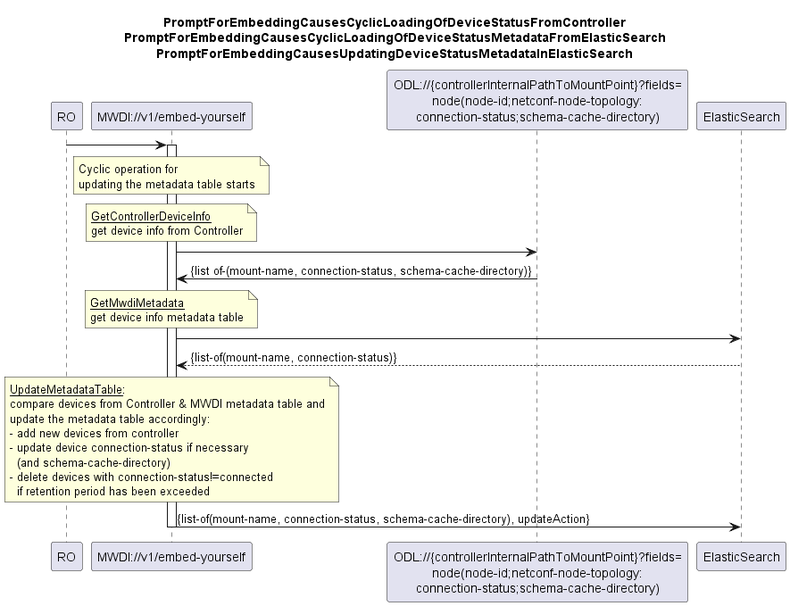
Before: spec/diagrams/00x_CyclicOperationBasedDeviceStatusSync.png, a diagram exported from PlantUML (openBackhaul/MicroWaveDeviceInventory). Source of this version:
```plantuml
@startuml 00x_CyclicOperationBasedDeviceStatusSync
skinparam responseMessageBelowArrow true

title
PromptForEmbeddingCausesCyclicLoadingOfDeviceStatusFromController
PromptForEmbeddingCausesCyclicLoadingOfDeviceStatusMetadataFromElasticSearch
PromptForEmbeddingCausesUpdatingDeviceStatusMetadataInElasticSearch
end title

participant "RO" as ro
participant "MWDI://v1/embed-yourself" as mwdi
participant "ODL://{controllerInternalPathToMountPoint}?fields=\nnode(node-id;netconf-node-topology:\nconnection-status;schema-cache-directory)" as odlConnectionStatus
participant "ElasticSearch" as es

ro -> mwdi
activate mwdi

note over mwdi
Cyclic operation for
updating the metadata table starts
end note

note over mwdi
  <u>GetControllerDeviceInfo</u>
  get device info from Controller
end note
mwdi -> odlConnectionStatus
odlConnectionStatus -> mwdi: {list of-(mount-name, connection-status, schema-cache-directory)}

note over mwdi
  <u>GetMwdiMetadata</u>
  get device info metadata table
end note
mwdi -> es
es --> mwdi: {list-of(mount-name, connection-status)}

note over mwdi
<u>UpdateMetadataTable</u>:
compare devices from Controller & MWDI metadata table and
update the metadata table accordingly:
- add new devices from controller
- update device connection-status if necessary
  (and schema-cache-directory)
- delete devices with connection-status!=connected
  if retention period has been exceeded
end note

mwdi -> es: {list-of(mount-name, connection-status, schema-cache-directory), updateAction}
deactivate mwdi

@enduml
```
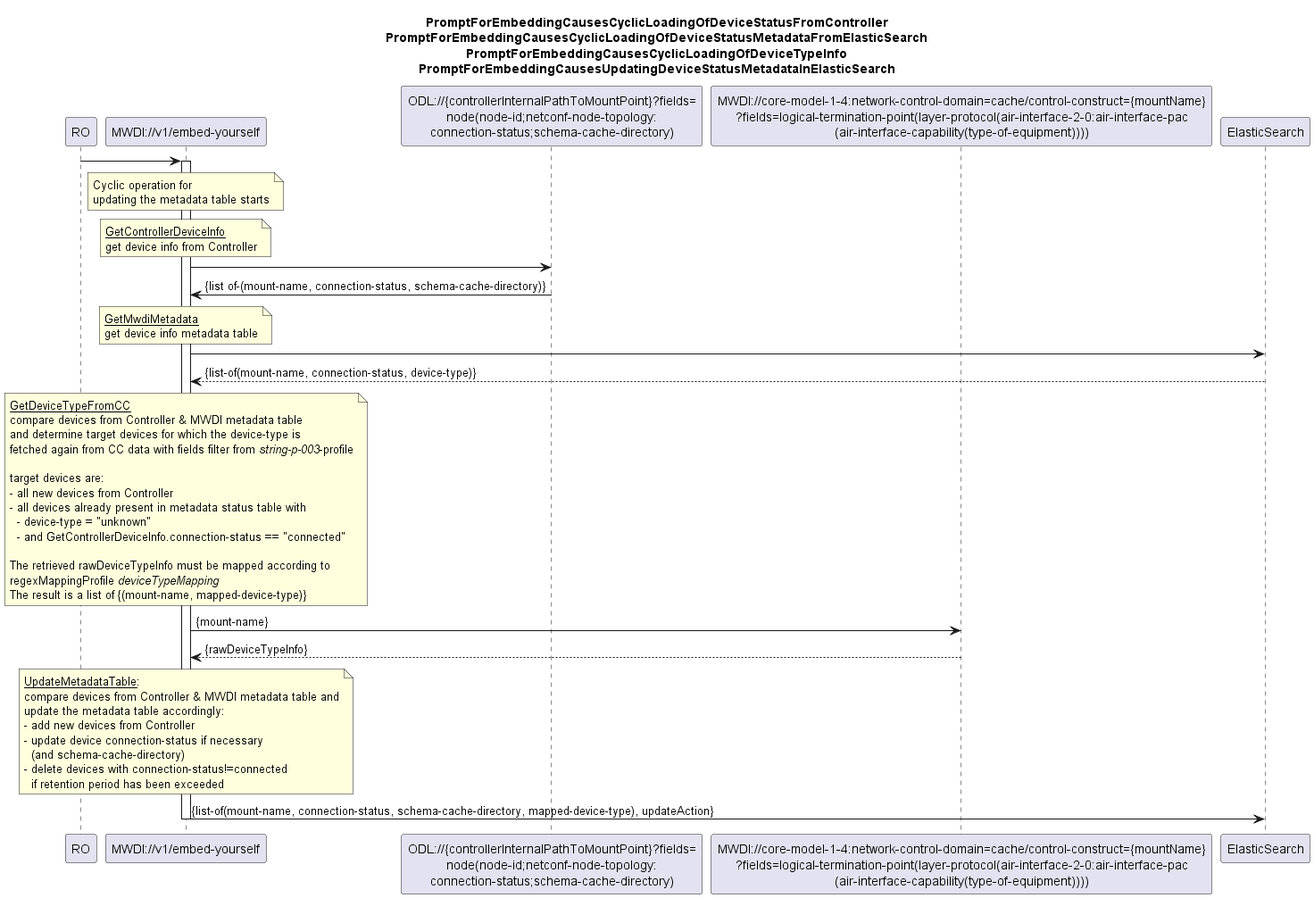
After the commit.

The edit, as a diff of the source:
```diff
@@ -4,12 +4,14 @@
 title
 PromptForEmbeddingCausesCyclicLoadingOfDeviceStatusFromController
 PromptForEmbeddingCausesCyclicLoadingOfDeviceStatusMetadataFromElasticSearch
+PromptForEmbeddingCausesCyclicLoadingOfDeviceTypeInfo
 PromptForEmbeddingCausesUpdatingDeviceStatusMetadataInElasticSearch
 end title
 
 participant "RO" as ro
 participant "MWDI://v1/embed-yourself" as mwdi
 participant "ODL://{controllerInternalPathToMountPoint}?fields=\nnode(node-id;netconf-node-topology:\nconnection-status;schema-cache-directory)" as odlConnectionStatus
+participant "MWDI://core-model-1-4:network-control-domain=cache/control-construct={mountName}\n?fields=logical-termination-point(layer-protocol(air-interface-2-0:air-interface-pac\n(air-interface-capability(type-of-equipment))))" as mwdiDevType
 participant "ElasticSearch" as es
 
 ro -> mwdi
@@ -32,20 +34,40 @@
   get device info metadata table
 end note
 mwdi -> es
-es --> mwdi: {list-of(mount-name, connection-status)}
+es --> mwdi: {list-of(mount-name, connection-status, device-type)}
+
+note over mwdi
+<u>GetDeviceTypeFromCC</u>
+compare devices from Controller & MWDI metadata table
+and determine target devices for which the device-type is
+fetched again from CC data with fields filter from <i>string-p-003</i>-profile
+
+target devices are:
+- all new devices from Controller
+- all devices already present in metadata status table with
+  - device-type = "unknown"
+  - and GetControllerDeviceInfo.connection-status == "connected"
+
+The retrieved rawDeviceTypeInfo must be mapped according to
+regexMappingProfile <i>deviceTypeMapping</i>
+The result is a list of {(mount-name, mapped-device-type)}
+end note
+
+mwdi -> mwdiDevType: {mount-name}
+mwdiDevType --> mwdi: {rawDeviceTypeInfo}
 
 note over mwdi
 <u>UpdateMetadataTable</u>:
 compare devices from Controller & MWDI metadata table and
 update the metadata table accordingly:
-- add new devices from controller
+- add new devices from Controller
 - update device connection-status if necessary
   (and schema-cache-directory)
 - delete devices with connection-status!=connected
   if retention period has been exceeded
 end note
 
-mwdi -> es: {list-of(mount-name, connection-status, schema-cache-directory), updateAction}
+mwdi -> es: {list-of(mount-name, connection-status, schema-cache-directory, mapped-device-type), updateAction}
 deactivate mwdi
 
 @enduml
```
